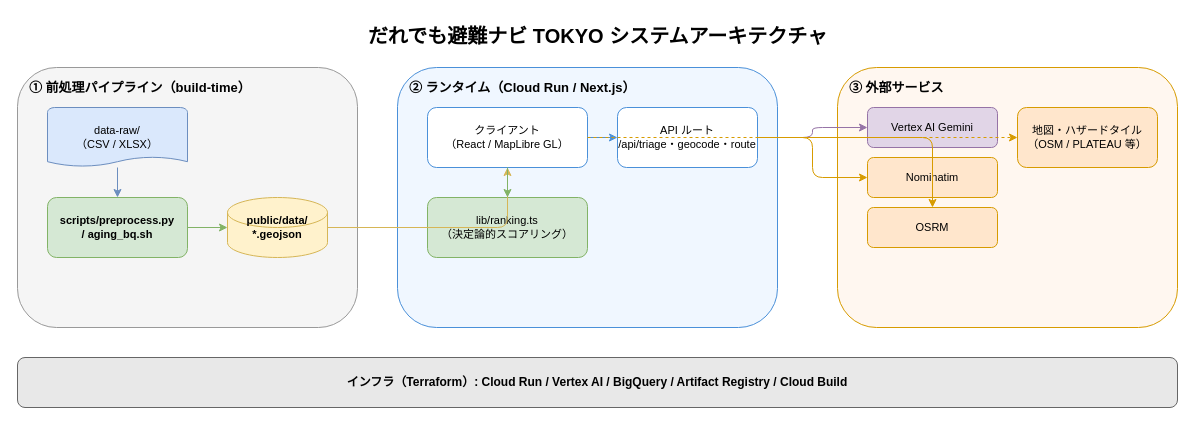
muroshima/Hinan-Navi-Tokyo keeps this draw.io diagram as docs/architecture.drawio. Above is the earlier version. Source tidied: cells renumbered, new cells numbered last; positions are measured from the earlier drawing's top-left corner, leaving out a move shared by most shapes. Both pictures are drawn from the tidied source at 100%, with x=0, y=0 at pixel (17, 17).
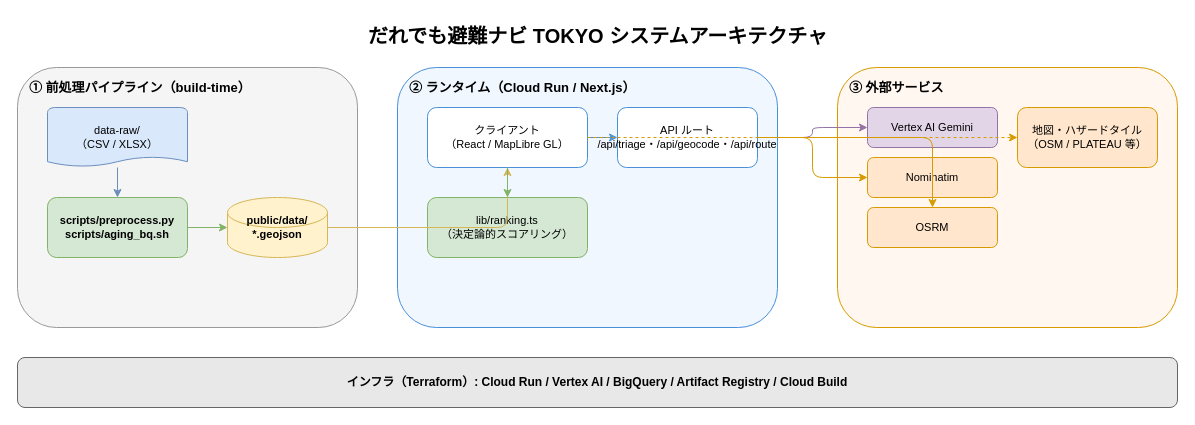
The same page after the edit.

Commit message (it also covers changes not shown here):
docs: ラベル表記をパス形式に統一(Copilotレビュー対応)

The edit, as a diff of the source:
```diff
@@
-    <mxCell id="5" value="scripts/preprocess.py&#10;/ aging_bq.sh" style="rounded=1;whiteSpace=wrap;html=1;fillColor=#d5e8d4;strokeColor=#82b366;fontSize=11;fontStyle=1;" parent="1" vertex="1">
+    <mxCell id="5" value="scripts/preprocess.py&#10;scripts/aging_bq.sh" style="rounded=1;whiteSpace=wrap;html=1;fillColor=#d5e8d4;strokeColor=#82b366;fontSize=11;fontStyle=1;" parent="1" vertex="1">
       <mxGeometry x="30" y="180" width="140" height="60" as="geometry" />
     </mxCell>
@@
-    <mxCell id="12" value="API ルート&#10;/api/triage・geocode・route" style="rounded=1;whiteSpace=wrap;html=1;fillColor=#ffffff;strokeColor=#4a90d9;fontSize=11;" parent="1" vertex="1">
+    <mxCell id="12" value="API ルート&#10;/api/triage・/api/geocode・/api/route" style="rounded=1;whiteSpace=wrap;html=1;fillColor=#ffffff;strokeColor=#4a90d9;fontSize=11;" parent="1" vertex="1">
       <mxGeometry x="600" y="90" width="140" height="60" as="geometry" />
     </mxCell>
```
